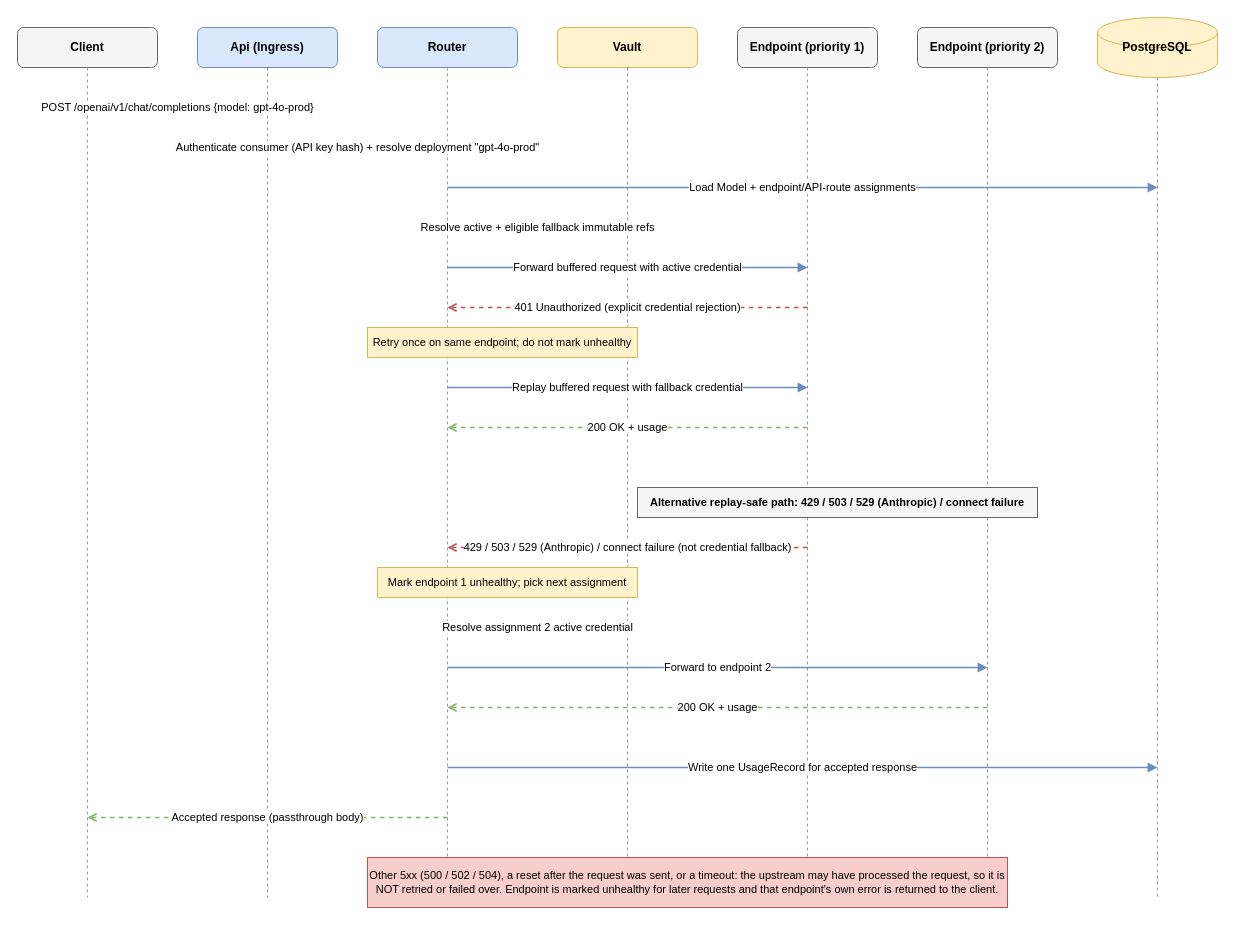
Earlier version of the draw.io diagram specs/architecture/diagrams/03-sequence-non-streaming-failover.drawio (azureholic/AIProxyPlus). Source tidied: cells renumbered, new cells numbered last; positions are measured from the earlier drawing's top-left corner, leaving out a move shared by most shapes. Both pictures are drawn from the tidied source at 100%, with x=0, y=0 at pixel (17, 17).
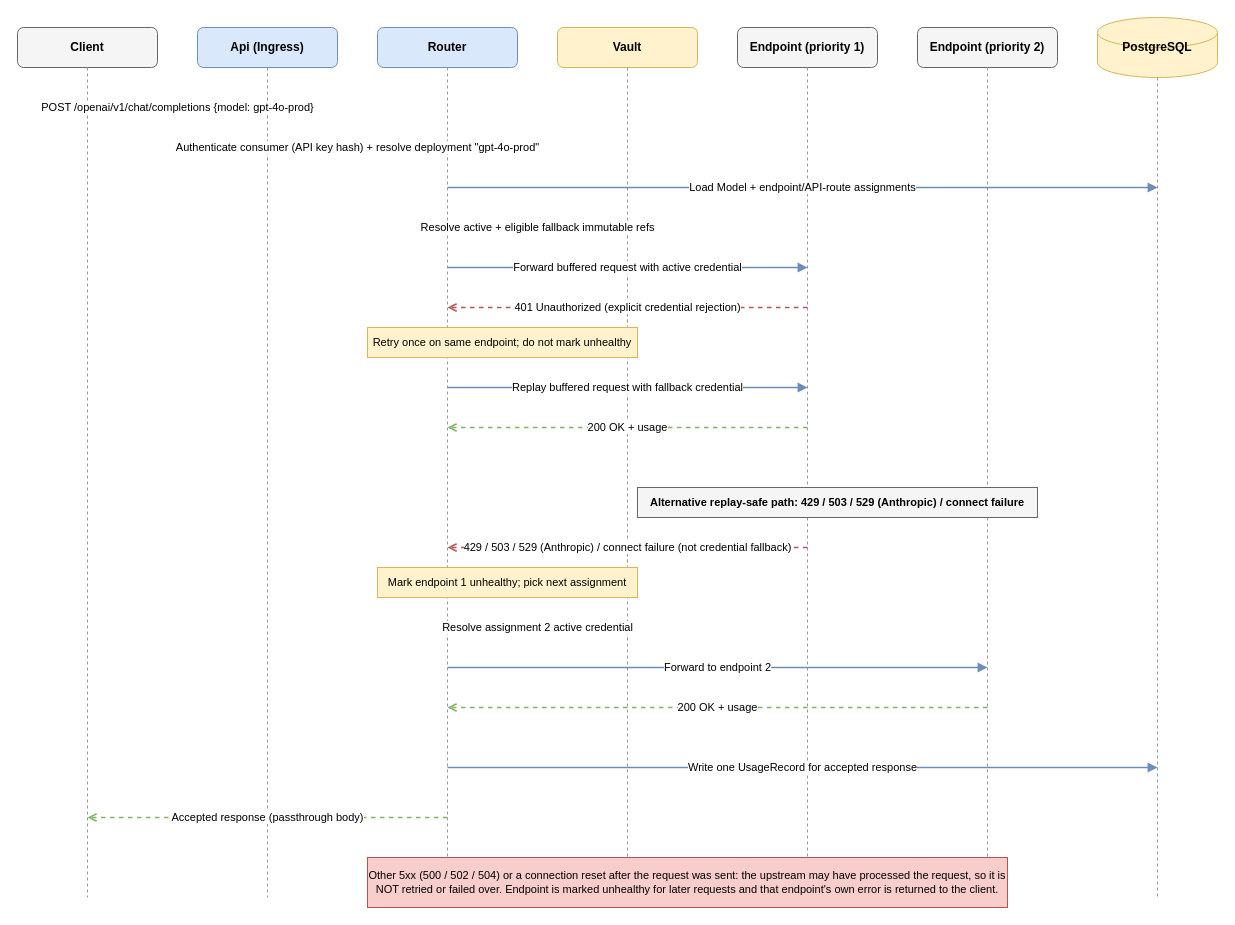
The same page after the edit.

Commit message (it also covers changes not shown here):
Keep connect timeouts retriable and handle truncated error bodies

What changed in the source:
```diff
@@
-    <mxCell id="33" value="Other 5xx (500 / 502 / 504), a reset after the request was sent, or a timeout: the upstream may have processed the request, so it is NOT retried or failed over. Endpoint is marked unhealthy for later requests and that endpoint's own error is returned to the client." style="rounded=0;whiteSpace=wrap;html=1;fillColor=#f8cecc;strokeColor=#b85450;fontSize=11;align=center;" parent="1" vertex="1">
+    <mxCell id="33" value="Other 5xx (500 / 502 / 504) or a connection reset after the request was sent: the upstream may have processed the request, so it is NOT retried or failed over. Endpoint is marked unhealthy for later requests and that endpoint's own error is returned to the client." style="rounded=0;whiteSpace=wrap;html=1;fillColor=#f8cecc;strokeColor=#b85450;fontSize=11;align=center;" parent="1" vertex="1">
       <mxGeometry x="350" y="840" width="640" height="50" as="geometry" />
     </mxCell>
```
